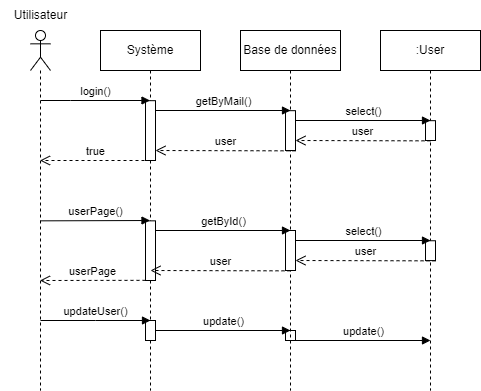
Earlier version of the draw.io export diagrammes/séquences/3-Modification d'un utilisateur.png (Simoncharbonnier/OCP5). Source tidied: cells renumbered, new cells last; positions are measured from the earlier drawing's top-left corner, leaving out a move shared by most shapes.
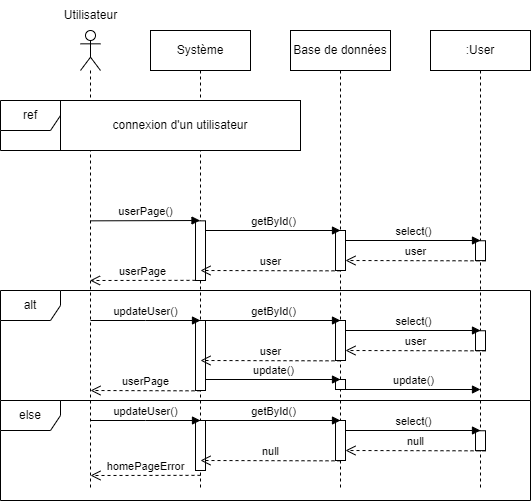
Above is the later version.

Change to the diagram source:
```diff
@@ -3,37 +3,20 @@
     <mxCell id="0" />
     <mxCell id="1" parent="0" />
     <mxCell id="2" style="shape=umlLifeline;perimeter=lifelinePerimeter;whiteSpace=wrap;html=1;outlineConnect=0;portConstraint=eastwest;newEdgeStyle={&quot;edgeStyle&quot;:&quot;elbowEdgeStyle&quot;,&quot;elbow&quot;:&quot;vertical&quot;,&quot;curved&quot;:0,&quot;rounded&quot;:0};participant=umlActor;" parent="1" vertex="1">
-      <mxGeometry x="30" y="30" width="20" height="360" as="geometry" />
+      <mxGeometry x="30" y="30" width="20" height="460" as="geometry" />
     </mxCell>
     <mxCell id="3" value="Utilisateur" style="text;html=1;align=center;verticalAlign=middle;strokeColor=none;fillColor=none;" parent="1" vertex="1">
       <mxGeometry width="80" height="30" as="geometry" />
     </mxCell>
     <mxCell id="4" value="Système" style="shape=umlLifeline;perimeter=lifelinePerimeter;whiteSpace=wrap;html=1;outlineConnect=0;portConstraint=eastwest;newEdgeStyle={&quot;edgeStyle&quot;:&quot;elbowEdgeStyle&quot;,&quot;elbow&quot;:&quot;vertical&quot;,&quot;curved&quot;:0,&quot;rounded&quot;:0};" parent="1" vertex="1">
-      <mxGeometry x="100" y="30" width="100" height="360" as="geometry" />
+      <mxGeometry x="100" y="30" width="100" height="460" as="geometry" />
     </mxCell>
     <mxCell id="5" style="html=1;points=[];perimeter=orthogonalPerimeter;outlineConnect=0;targetShapes=umlLifeline;portConstraint=eastwest;newEdgeStyle={&quot;edgeStyle&quot;:&quot;elbowEdgeStyle&quot;,&quot;elbow&quot;:&quot;vertical&quot;,&quot;curved&quot;:0,&quot;rounded&quot;:0};" parent="4" vertex="1">
       <mxGeometry x="45" y="190.3" width="10" height="59.7" as="geometry" />
     </mxCell>
-    <mxCell id="6" style="html=1;points=[];perimeter=orthogonalPerimeter;outlineConnect=0;targetShapes=umlLifeline;portConstraint=eastwest;newEdgeStyle={&quot;edgeStyle&quot;:&quot;elbowEdgeStyle&quot;,&quot;elbow&quot;:&quot;vertical&quot;,&quot;curved&quot;:0,&quot;rounded&quot;:0};" parent="4" vertex="1">
-      <mxGeometry x="45" y="70.2" width="10" height="59.8" as="geometry" />
-    </mxCell>
     <mxCell id="7" style="html=1;perimeter=orthogonalPerimeter;targetShapes=umlLifeline;newEdgeStyle={&quot;edgeStyle&quot;:&quot;elbowEdgeStyle&quot;,&quot;elbow&quot;:&quot;vertical&quot;,&quot;curved&quot;:0,&quot;rounded&quot;:0};" parent="4" vertex="1">
-      <mxGeometry x="45" y="290" width="10" height="20" as="geometry" />
+      <mxGeometry x="45" y="290" width="10" height="70" as="geometry" />
     </mxCell>
-    <mxCell id="8" style="html=1;points=[];perimeter=orthogonalPerimeter;outlineConnect=0;targetShapes=umlLifeline;portConstraint=eastwest;newEdgeStyle={&quot;edgeStyle&quot;:&quot;elbowEdgeStyle&quot;,&quot;elbow&quot;:&quot;vertical&quot;,&quot;curved&quot;:0,&quot;rounded&quot;:0};" parent="4" vertex="1">
-      <mxGeometry x="185" y="300" width="10" height="10" as="geometry" />
-    </mxCell>
-    <mxCell id="9" value="update()" style="html=1;verticalAlign=bottom;endArrow=block;edgeStyle=elbowEdgeStyle;elbow=vertical;curved=0;rounded=0;" parent="4" edge="1">
-      <mxGeometry relative="1" as="geometry">
-        <mxPoint x="55" y="300" as="sourcePoint" />
-        <mxPoint x="190" y="300" as="targetPoint" />
-      </mxGeometry>
-    </mxCell>
-    <mxCell id="10" value="update()" style="html=1;verticalAlign=bottom;endArrow=block;edgeStyle=elbowEdgeStyle;elbow=vertical;curved=0;rounded=0;" parent="4" edge="1" source="8">
-      <mxGeometry relative="1" as="geometry">
-        <mxPoint x="330" y="310" as="targetPoint" />
-      </mxGeometry>
-    </mxCell>
     <mxCell id="11" value="updateUser()" style="html=1;verticalAlign=bottom;endArrow=block;edgeStyle=elbowEdgeStyle;elbow=vertical;curved=0;rounded=0;" parent="4" edge="1">
       <mxGeometry relative="1" as="geometry">
         <mxPoint x="-60" y="290" as="sourcePoint" />
@@ -41,20 +24,14 @@
       </mxGeometry>
     </mxCell>
     <mxCell id="12" value="Base de données" style="shape=umlLifeline;perimeter=lifelinePerimeter;whiteSpace=wrap;html=1;newEdgeStyle={&quot;edgeStyle&quot;:&quot;elbowEdgeStyle&quot;,&quot;elbow&quot;:&quot;vertical&quot;,&quot;curved&quot;:0,&quot;rounded&quot;:0};" parent="1" vertex="1">
-      <mxGeometry x="240" y="30" width="100" height="360" as="geometry" />
+      <mxGeometry x="240" y="30" width="100" height="460" as="geometry" />
     </mxCell>
-    <mxCell id="13" style="html=1;points=[];perimeter=orthogonalPerimeter;outlineConnect=0;targetShapes=umlLifeline;portConstraint=eastwest;newEdgeStyle={&quot;edgeStyle&quot;:&quot;elbowEdgeStyle&quot;,&quot;elbow&quot;:&quot;vertical&quot;,&quot;curved&quot;:0,&quot;rounded&quot;:0};" parent="12" vertex="1">
-      <mxGeometry x="45" y="80.2" width="10" height="39.8" as="geometry" />
-    </mxCell>
     <mxCell id="14" style="html=1;points=[];perimeter=orthogonalPerimeter;outlineConnect=0;targetShapes=umlLifeline;portConstraint=eastwest;newEdgeStyle={&quot;edgeStyle&quot;:&quot;elbowEdgeStyle&quot;,&quot;elbow&quot;:&quot;vertical&quot;,&quot;curved&quot;:0,&quot;rounded&quot;:0};" parent="12" vertex="1">
       <mxGeometry x="45" y="200" width="10" height="40" as="geometry" />
     </mxCell>
     <mxCell id="15" value=":User" style="shape=umlLifeline;perimeter=lifelinePerimeter;whiteSpace=wrap;html=1;newEdgeStyle={&quot;edgeStyle&quot;:&quot;elbowEdgeStyle&quot;,&quot;elbow&quot;:&quot;vertical&quot;,&quot;curved&quot;:0,&quot;rounded&quot;:0};" parent="1" vertex="1">
-      <mxGeometry x="380" y="30" width="100" height="360" as="geometry" />
+      <mxGeometry x="380" y="30" width="100" height="460" as="geometry" />
     </mxCell>
-    <mxCell id="16" style="html=1;perimeter=orthogonalPerimeter;targetShapes=umlLifeline;newEdgeStyle={&quot;edgeStyle&quot;:&quot;elbowEdgeStyle&quot;,&quot;elbow&quot;:&quot;vertical&quot;,&quot;curved&quot;:0,&quot;rounded&quot;:0};" parent="15" vertex="1">
-      <mxGeometry x="45" y="90.2" width="10" height="19.8" as="geometry" />
-    </mxCell>
     <mxCell id="17" style="html=1;perimeter=orthogonalPerimeter;targetShapes=umlLifeline;newEdgeStyle={&quot;edgeStyle&quot;:&quot;elbowEdgeStyle&quot;,&quot;elbow&quot;:&quot;vertical&quot;,&quot;curved&quot;:0,&quot;rounded&quot;:0};" parent="15" vertex="1">
       <mxGeometry x="45" y="210.2" width="10" height="19.8" as="geometry" />
     </mxCell>
@@ -64,39 +41,6 @@
         <mxPoint x="149.5" y="220.2" as="targetPoint" />
       </mxGeometry>
     </mxCell>
-    <mxCell id="19" value="login()" style="html=1;verticalAlign=bottom;endArrow=block;edgeStyle=elbowEdgeStyle;elbow=vertical;curved=0;rounded=0;" parent="1" edge="1" target="4">
-      <mxGeometry relative="1" as="geometry">
-        <mxPoint x="40" y="100" as="sourcePoint" />
-      </mxGeometry>
-    </mxCell>
-    <mxCell id="20" value="true" style="html=1;verticalAlign=bottom;endArrow=open;dashed=1;endSize=8;edgeStyle=elbowEdgeStyle;elbow=vertical;curved=0;rounded=0;" parent="1" edge="1" target="2">
-      <mxGeometry relative="1" as="geometry">
-        <mxPoint x="150" y="160" as="sourcePoint" />
-        <Array as="points">
-          <mxPoint x="120" y="160" />
-        </Array>
-      </mxGeometry>
-    </mxCell>
-    <mxCell id="21" value="getByMail()" style="html=1;verticalAlign=bottom;endArrow=block;edgeStyle=elbowEdgeStyle;elbow=vertical;curved=0;rounded=0;" parent="1" edge="1" source="6">
-      <mxGeometry relative="1" as="geometry">
-        <mxPoint x="290" y="110" as="targetPoint" />
-      </mxGeometry>
-    </mxCell>
-    <mxCell id="22" value="select()" style="html=1;verticalAlign=bottom;endArrow=block;edgeStyle=elbowEdgeStyle;elbow=vertical;curved=0;rounded=0;" parent="1" edge="1" source="13">
-      <mxGeometry relative="1" as="geometry">
-        <mxPoint x="430" y="120" as="targetPoint" />
-      </mxGeometry>
-    </mxCell>
-    <mxCell id="23" value="user" style="html=1;verticalAlign=bottom;endArrow=open;dashed=1;endSize=8;edgeStyle=elbowEdgeStyle;elbow=vertical;curved=0;rounded=0;" parent="1" edge="1" target="13">
-      <mxGeometry relative="1" as="geometry">
-        <mxPoint x="430" y="140.3" as="sourcePoint" />
-      </mxGeometry>
-    </mxCell>
-    <mxCell id="24" value="user" style="html=1;verticalAlign=bottom;endArrow=open;dashed=1;endSize=8;edgeStyle=elbowEdgeStyle;elbow=vertical;curved=0;rounded=0;" parent="1" edge="1" target="6">
-      <mxGeometry relative="1" as="geometry">
-        <mxPoint x="295" y="150.3" as="sourcePoint" />
-      </mxGeometry>
-    </mxCell>
     <mxCell id="25" value="userPage" style="html=1;verticalAlign=bottom;endArrow=open;dashed=1;endSize=8;edgeStyle=elbowEdgeStyle;elbow=vertical;curved=0;rounded=0;" parent="1" edge="1">
       <mxGeometry x="0.01" relative="1" as="geometry">
         <mxPoint x="145" y="279.8" as="sourcePoint" />
@@ -127,5 +71,114 @@
         <mxPoint x="435" y="260.3" as="sourcePoint" />
       </mxGeometry>
     </mxCell>
+    <mxCell id="30" value="ref" style="shape=umlFrame;whiteSpace=wrap;html=1;labelBackgroundColor=default;fontStyle=0;shadow=0;perimeterSpacing=0;" parent="1" vertex="1">
+      <mxGeometry x="-50" y="100" width="300" height="50" as="geometry" />
+    </mxCell>
+    <mxCell id="31" value="connexion d'un utilisateur" style="text;html=1;strokeColor=default;fillColor=default;align=center;verticalAlign=middle;whiteSpace=wrap;rounded=0;" parent="1" vertex="1">
+      <mxGeometry x="10" y="100" width="240" height="50" as="geometry" />
+    </mxCell>
+    <mxCell id="32" value="alt" style="shape=umlFrame;whiteSpace=wrap;html=1;" parent="1" vertex="1">
+      <mxGeometry x="-50" y="290" width="530" height="110" as="geometry" />
+    </mxCell>
+    <mxCell id="33" value="else" style="shape=umlFrame;whiteSpace=wrap;html=1;" parent="1" vertex="1">
+      <mxGeometry x="-50" y="400" width="530" height="100" as="geometry" />
+    </mxCell>
+    <mxCell id="34" style="html=1;points=[];perimeter=orthogonalPerimeter;outlineConnect=0;targetShapes=umlLifeline;portConstraint=eastwest;newEdgeStyle={&quot;edgeStyle&quot;:&quot;elbowEdgeStyle&quot;,&quot;elbow&quot;:&quot;vertical&quot;,&quot;curved&quot;:0,&quot;rounded&quot;:0};" parent="1" vertex="1">
+      <mxGeometry x="285" y="320" width="10" height="40" as="geometry" />
+    </mxCell>
+    <mxCell id="35" style="html=1;perimeter=orthogonalPerimeter;targetShapes=umlLifeline;newEdgeStyle={&quot;edgeStyle&quot;:&quot;elbowEdgeStyle&quot;,&quot;elbow&quot;:&quot;vertical&quot;,&quot;curved&quot;:0,&quot;rounded&quot;:0};" parent="1" vertex="1">
+      <mxGeometry x="425" y="330.2" width="10" height="19.8" as="geometry" />
+    </mxCell>
+    <mxCell id="36" value="getById()" style="html=1;verticalAlign=bottom;endArrow=block;edgeStyle=elbowEdgeStyle;elbow=vertical;curved=0;rounded=0;" parent="1" edge="1">
+      <mxGeometry relative="1" as="geometry">
+        <mxPoint x="155" y="320" as="sourcePoint" />
+        <mxPoint x="290" y="320" as="targetPoint" />
+        <Array as="points">
+          <mxPoint x="290" y="320" />
+        </Array>
+      </mxGeometry>
+    </mxCell>
+    <mxCell id="37" value="user" style="html=1;verticalAlign=bottom;endArrow=open;dashed=1;endSize=8;edgeStyle=elbowEdgeStyle;elbow=vertical;curved=0;rounded=0;" parent="1" edge="1">
+      <mxGeometry relative="1" as="geometry">
+        <mxPoint x="290" y="360.3" as="sourcePoint" />
+        <mxPoint x="150" y="360" as="targetPoint" />
+      </mxGeometry>
+    </mxCell>
+    <mxCell id="38" value="select()" style="html=1;verticalAlign=bottom;endArrow=block;edgeStyle=elbowEdgeStyle;elbow=vertical;curved=0;rounded=0;" parent="1" edge="1" source="34">
+      <mxGeometry relative="1" as="geometry">
+        <mxPoint x="430" y="330" as="targetPoint" />
+      </mxGeometry>
+    </mxCell>
+    <mxCell id="39" value="user" style="html=1;verticalAlign=bottom;endArrow=open;dashed=1;endSize=8;edgeStyle=elbowEdgeStyle;elbow=vertical;curved=0;rounded=0;" parent="1" edge="1" target="34">
+      <mxGeometry relative="1" as="geometry">
+        <mxPoint x="435" y="350.3" as="sourcePoint" />
+      </mxGeometry>
+    </mxCell>
+    <mxCell id="8" style="html=1;points=[];perimeter=orthogonalPerimeter;outlineConnect=0;targetShapes=umlLifeline;portConstraint=eastwest;newEdgeStyle={&quot;edgeStyle&quot;:&quot;elbowEdgeStyle&quot;,&quot;elbow&quot;:&quot;vertical&quot;,&quot;curved&quot;:0,&quot;rounded&quot;:0};" parent="1" vertex="1">
+      <mxGeometry x="285" y="379" width="10" height="10" as="geometry" />
+    </mxCell>
+    <mxCell id="9" value="update()" style="html=1;verticalAlign=bottom;endArrow=block;edgeStyle=elbowEdgeStyle;elbow=vertical;curved=0;rounded=0;" parent="1" edge="1">
+      <mxGeometry relative="1" as="geometry">
+        <mxPoint x="155" y="379" as="sourcePoint" />
+        <mxPoint x="290" y="379" as="targetPoint" />
+      </mxGeometry>
+    </mxCell>
+    <mxCell id="10" value="update()" style="html=1;verticalAlign=bottom;endArrow=block;edgeStyle=elbowEdgeStyle;elbow=vertical;curved=0;rounded=0;" parent="1" edge="1" source="8">
+      <mxGeometry relative="1" as="geometry">
+        <mxPoint x="430" y="389" as="targetPoint" />
+      </mxGeometry>
+    </mxCell>
+    <mxCell id="40" value="userPage" style="html=1;verticalAlign=bottom;endArrow=open;dashed=1;endSize=8;edgeStyle=elbowEdgeStyle;elbow=vertical;curved=0;rounded=0;" parent="1" edge="1">
+      <mxGeometry relative="1" as="geometry">
+        <mxPoint x="150" y="390.3" as="sourcePoint" />
+        <mxPoint x="40" y="390" as="targetPoint" />
+      </mxGeometry>
+    </mxCell>
+    <mxCell id="41" style="html=1;perimeter=orthogonalPerimeter;targetShapes=umlLifeline;newEdgeStyle={&quot;edgeStyle&quot;:&quot;elbowEdgeStyle&quot;,&quot;elbow&quot;:&quot;vertical&quot;,&quot;curved&quot;:0,&quot;rounded&quot;:0};" parent="1" vertex="1">
+      <mxGeometry x="145" y="420" width="10" height="50" as="geometry" />
+    </mxCell>
+    <mxCell id="42" value="updateUser()" style="html=1;verticalAlign=bottom;endArrow=block;edgeStyle=elbowEdgeStyle;elbow=vertical;curved=0;rounded=0;" parent="1" edge="1">
+      <mxGeometry relative="1" as="geometry">
+        <mxPoint x="40" y="420" as="sourcePoint" />
+        <mxPoint x="150" y="420" as="targetPoint" />
+      </mxGeometry>
+    </mxCell>
+    <mxCell id="43" style="html=1;points=[];perimeter=orthogonalPerimeter;outlineConnect=0;targetShapes=umlLifeline;portConstraint=eastwest;newEdgeStyle={&quot;edgeStyle&quot;:&quot;elbowEdgeStyle&quot;,&quot;elbow&quot;:&quot;vertical&quot;,&quot;curved&quot;:0,&quot;rounded&quot;:0};" parent="1" vertex="1">
+      <mxGeometry x="285" y="420" width="10" height="40" as="geometry" />
+    </mxCell>
+    <mxCell id="44" style="html=1;perimeter=orthogonalPerimeter;targetShapes=umlLifeline;newEdgeStyle={&quot;edgeStyle&quot;:&quot;elbowEdgeStyle&quot;,&quot;elbow&quot;:&quot;vertical&quot;,&quot;curved&quot;:0,&quot;rounded&quot;:0};" parent="1" vertex="1">
+      <mxGeometry x="425" y="430.2" width="10" height="19.8" as="geometry" />
+    </mxCell>
+    <mxCell id="45" value="getById()" style="html=1;verticalAlign=bottom;endArrow=block;edgeStyle=elbowEdgeStyle;elbow=vertical;curved=0;rounded=0;" parent="1" edge="1">
+      <mxGeometry relative="1" as="geometry">
+        <mxPoint x="155" y="420" as="sourcePoint" />
+        <mxPoint x="290" y="420" as="targetPoint" />
+        <Array as="points">
+          <mxPoint x="290" y="420" />
+        </Array>
+      </mxGeometry>
+    </mxCell>
+    <mxCell id="46" value="null" style="html=1;verticalAlign=bottom;endArrow=open;dashed=1;endSize=8;edgeStyle=elbowEdgeStyle;elbow=vertical;curved=0;rounded=0;" parent="1" edge="1">
+      <mxGeometry relative="1" as="geometry">
+        <mxPoint x="290" y="460.3" as="sourcePoint" />
+        <mxPoint x="150" y="460" as="targetPoint" />
+      </mxGeometry>
+    </mxCell>
+    <mxCell id="47" value="select()" style="html=1;verticalAlign=bottom;endArrow=block;edgeStyle=elbowEdgeStyle;elbow=vertical;curved=0;rounded=0;" parent="1" edge="1" source="43">
+      <mxGeometry relative="1" as="geometry">
+        <mxPoint x="430" y="430" as="targetPoint" />
+      </mxGeometry>
+    </mxCell>
+    <mxCell id="48" value="null" style="html=1;verticalAlign=bottom;endArrow=open;dashed=1;endSize=8;edgeStyle=elbowEdgeStyle;elbow=vertical;curved=0;rounded=0;" parent="1" edge="1" target="43">
+      <mxGeometry relative="1" as="geometry">
+        <mxPoint x="435" y="450.3" as="sourcePoint" />
+      </mxGeometry>
+    </mxCell>
+    <mxCell id="49" value="homePageError" style="html=1;verticalAlign=bottom;endArrow=open;dashed=1;endSize=8;edgeStyle=elbowEdgeStyle;elbow=vertical;curved=0;rounded=0;" parent="1" edge="1">
+      <mxGeometry relative="1" as="geometry">
+        <mxPoint x="150" y="474.8" as="sourcePoint" />
+        <mxPoint x="40" y="474.5" as="targetPoint" />
+      </mxGeometry>
+    </mxCell>
   </root>
 </mxGraphModel>
```
